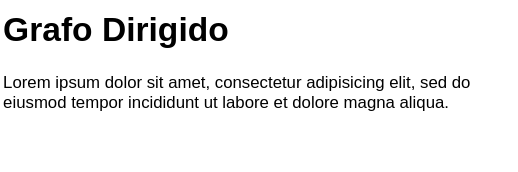
Before: Estructura-de-datos/Grafos/Grafo-dir.drawio.svg, a diagram exported from draw.io (Nordcode-cyber/Algoritmos-Estructdatos). Source tidied: cells renumbered, new cells last; positions are measured from the earlier drawing's top-left corner, leaving out a move shared by most shapes.
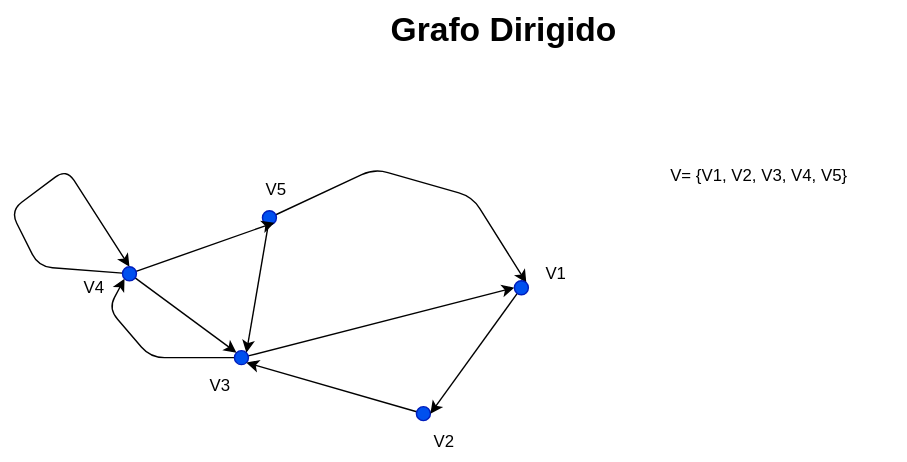
Above is the later version.

What changed in the source:
```diff
@@ -2,8 +2,85 @@
   <root>
     <mxCell id="0" />
     <mxCell id="1" parent="0" />
-    <mxCell id="2" value="&lt;h1 style=&quot;margin-top: 0px;&quot;&gt;Grafo Dirigido&lt;/h1&gt;&lt;p&gt;Lorem ipsum dolor sit amet, consectetur adipisicing elit, sed do eiusmod tempor incididunt ut labore et dolore magna aliqua.&lt;/p&gt;" style="text;html=1;whiteSpace=wrap;overflow=hidden;rounded=0;" parent="1" vertex="1">
+    <mxCell id="2" value="&lt;h1 style=&quot;margin-top: 0px;&quot;&gt;Grafo Dirigido&lt;/h1&gt;&lt;p&gt;&lt;br&gt;&lt;/p&gt;" style="text;html=1;whiteSpace=wrap;overflow=hidden;rounded=0;" parent="1" vertex="1">
       <mxGeometry width="370" height="120" as="geometry" />
     </mxCell>
+    <mxCell id="3" style="edgeStyle=none;html=1;entryX=1;entryY=0;entryDx=0;entryDy=0;" parent="1" edge="1" source="5" target="16">
+      <mxGeometry relative="1" as="geometry">
+        <Array as="points">
+          <mxPoint x="-10" y="120" />
+          <mxPoint x="60" y="140" />
+        </Array>
+      </mxGeometry>
+    </mxCell>
+    <mxCell id="4" style="edgeStyle=none;html=1;entryX=1;entryY=0;entryDx=0;entryDy=0;" parent="1" edge="1" source="5" target="8">
+      <mxGeometry relative="1" as="geometry" />
+    </mxCell>
+    <mxCell id="5" style="ellipse;whiteSpace=wrap;html=1;fillColor=light-dark(#0050EF,#0000FF);fontColor=#ffffff;strokeColor=#001DBC;" parent="1" vertex="1">
+      <mxGeometry x="-90" y="150" width="10" height="10" as="geometry" />
+    </mxCell>
+    <mxCell id="6" style="edgeStyle=none;html=1;entryX=0;entryY=1;entryDx=0;entryDy=0;" parent="1" edge="1" source="8" target="12">
+      <mxGeometry relative="1" as="geometry">
+        <Array as="points">
+          <mxPoint x="-170" y="255" />
+          <mxPoint x="-200" y="220" />
+        </Array>
+      </mxGeometry>
+    </mxCell>
+    <mxCell id="7" style="edgeStyle=none;html=1;entryX=0;entryY=0.5;entryDx=0;entryDy=0;" parent="1" edge="1" source="8" target="16">
+      <mxGeometry relative="1" as="geometry" />
+    </mxCell>
+    <mxCell id="8" style="ellipse;whiteSpace=wrap;html=1;fillColor=light-dark(#0050EF,#0000FF);fontColor=#ffffff;strokeColor=#001DBC;" parent="1" vertex="1">
+      <mxGeometry x="-110" y="250" width="10" height="10" as="geometry" />
+    </mxCell>
+    <mxCell id="9" style="edgeStyle=none;html=1;entryX=0;entryY=0;entryDx=0;entryDy=0;" parent="1" edge="1" source="12" target="8">
+      <mxGeometry relative="1" as="geometry" />
+    </mxCell>
+    <mxCell id="10" style="edgeStyle=none;html=1;entryX=1;entryY=1;entryDx=0;entryDy=0;" parent="1" edge="1" source="12" target="5">
+      <mxGeometry relative="1" as="geometry" />
+    </mxCell>
+    <mxCell id="11" style="edgeStyle=none;html=1;" parent="1" edge="1" source="12">
+      <mxGeometry relative="1" as="geometry">
+        <mxPoint x="-185" y="190" as="targetPoint" />
+        <Array as="points">
+          <mxPoint x="-250" y="190" />
+          <mxPoint x="-270" y="150" />
+          <mxPoint x="-230" y="120" />
+        </Array>
+      </mxGeometry>
+    </mxCell>
+    <mxCell id="12" style="ellipse;whiteSpace=wrap;html=1;fillColor=light-dark(#0050EF,#0000FF);fontColor=#ffffff;strokeColor=#001DBC;" parent="1" vertex="1">
+      <mxGeometry x="-190" y="190" width="10" height="10" as="geometry" />
+    </mxCell>
+    <mxCell id="13" style="edgeStyle=none;html=1;entryX=1;entryY=1;entryDx=0;entryDy=0;" parent="1" edge="1" source="14" target="8">
+      <mxGeometry relative="1" as="geometry" />
+    </mxCell>
+    <mxCell id="14" style="ellipse;whiteSpace=wrap;html=1;fillColor=light-dark(#0050EF,#0000FF);fontColor=#ffffff;strokeColor=#001DBC;" parent="1" vertex="1">
+      <mxGeometry x="20" y="290" width="10" height="10" as="geometry" />
+    </mxCell>
+    <mxCell id="15" style="edgeStyle=none;html=1;entryX=1;entryY=0.5;entryDx=0;entryDy=0;" parent="1" edge="1" source="16" target="14">
+      <mxGeometry relative="1" as="geometry" />
+    </mxCell>
+    <mxCell id="16" style="ellipse;whiteSpace=wrap;html=1;fillColor=light-dark(#0050EF,#0000FF);fontColor=#ffffff;strokeColor=#001DBC;" parent="1" vertex="1">
+      <mxGeometry x="90" y="200" width="10" height="10" as="geometry" />
+    </mxCell>
+    <mxCell id="17" value="&lt;font style=&quot;color: light-dark(rgb(0, 0, 0), rgb(0, 153, 0));&quot;&gt;V1&lt;/font&gt;" style="text;html=1;align=center;verticalAlign=middle;whiteSpace=wrap;rounded=0;" parent="1" vertex="1">
+      <mxGeometry x="90" y="180" width="60" height="30" as="geometry" />
+    </mxCell>
+    <mxCell id="18" value="&lt;font style=&quot;color: light-dark(rgb(0, 0, 0), rgb(0, 153, 0));&quot;&gt;V2&lt;/font&gt;" style="text;html=1;align=center;verticalAlign=middle;whiteSpace=wrap;rounded=0;" parent="1" vertex="1">
+      <mxGeometry x="10" y="300" width="60" height="30" as="geometry" />
+    </mxCell>
+    <mxCell id="19" value="&lt;font style=&quot;color: light-dark(rgb(0, 0, 0), rgb(0, 153, 0));&quot;&gt;V3&lt;/font&gt;" style="text;html=1;align=center;verticalAlign=middle;whiteSpace=wrap;rounded=0;" parent="1" vertex="1">
+      <mxGeometry x="-150" y="260" width="60" height="30" as="geometry" />
+    </mxCell>
+    <mxCell id="20" value="&lt;font style=&quot;color: light-dark(rgb(0, 0, 0), rgb(0, 153, 0));&quot;&gt;V4&lt;/font&gt;" style="text;html=1;align=center;verticalAlign=middle;whiteSpace=wrap;rounded=0;" parent="1" vertex="1">
+      <mxGeometry x="-240" y="190" width="60" height="30" as="geometry" />
+    </mxCell>
+    <mxCell id="21" value="&lt;font style=&quot;color: light-dark(rgb(0, 0, 0), rgb(0, 153, 0));&quot;&gt;V5&lt;/font&gt;" style="text;html=1;align=center;verticalAlign=middle;whiteSpace=wrap;rounded=0;" parent="1" vertex="1">
+      <mxGeometry x="-110" y="120" width="60" height="30" as="geometry" />
+    </mxCell>
+    <mxCell id="22" value="&lt;font style=&quot;color: light-dark(rgb(0, 0, 0), rgb(178, 0, 0));&quot;&gt;V= {V1, V2, V3, V4, V5}&lt;/font&gt;" style="text;html=1;align=center;verticalAlign=middle;whiteSpace=wrap;rounded=0;" parent="1" vertex="1">
+      <mxGeometry x="190" y="110" width="150" height="30" as="geometry" />
+    </mxCell>
   </root>
 </mxGraphModel>
```
